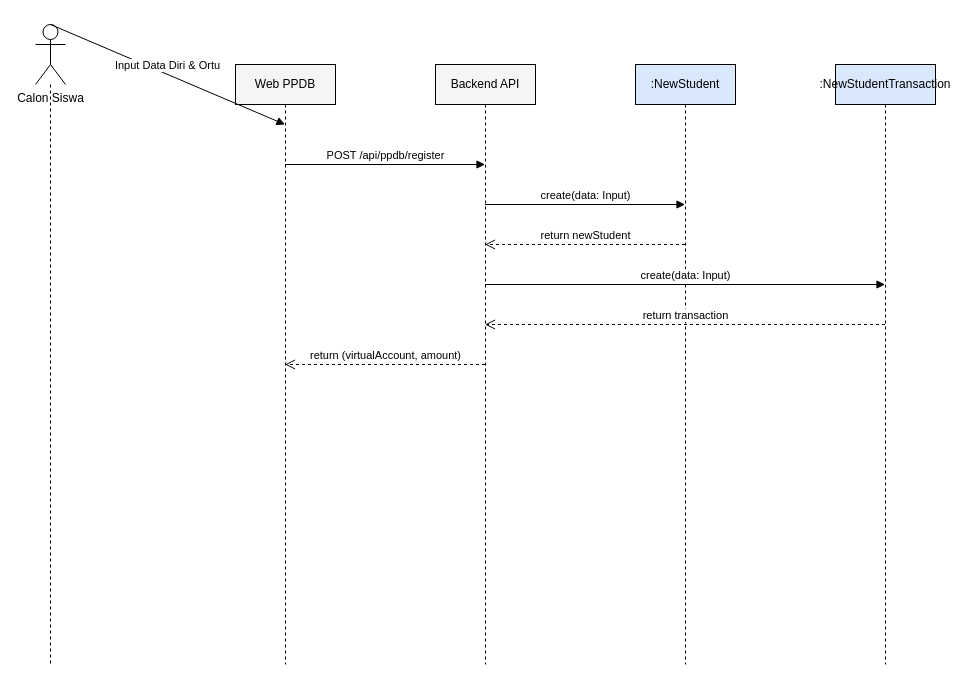
Before: docs/sequence_ppdb_registration.drawio in muhammaddzaki123/adminkassmpit, a draw.io diagram. Source tidied: cells renumbered, new cells numbered last; positions are measured from the earlier drawing's top-left corner, leaving out a move shared by most shapes. Both pictures are drawn from the tidied source at 100%, with x=0, y=0 at pixel (35, 24).
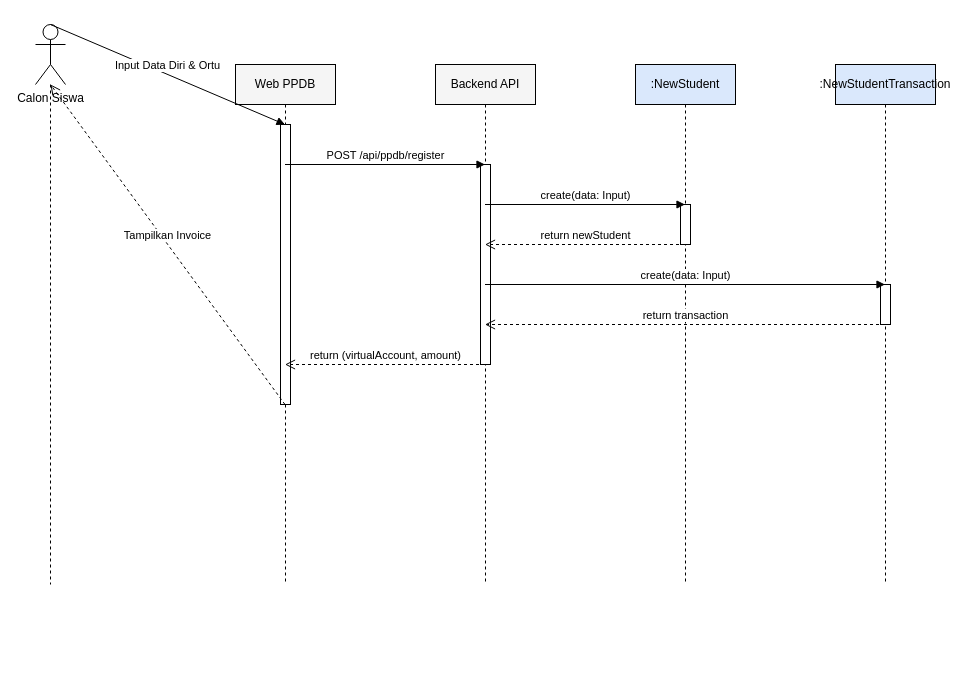
The same page after the edit.

The change refers to these unchanged cells:
```xml
<mxCell id="2" value="Calon Siswa" style="shape=umlActor;verticalLabelPosition=bottom;verticalAlign=top;html=1;outlineConnect=0;" parent="1" vertex="1">
  <mxGeometry width="30" height="60" as="geometry" />
</mxCell>
```

The edit, as a diff of the source:
```diff
@@
     <mxCell id="3" style="endArrow=none;dashed=1;html=1;" parent="1" edge="1" source="2">
       <mxGeometry relative="1" as="geometry">
-        <mxPoint x="15" y="640" as="targetPoint" />
+        <mxPoint x="15" y="560" as="targetPoint" />
       </mxGeometry>
     </mxCell>
     <mxCell id="4" value="Web PPDB" style="shape=umlLifeline;perimeter=lifelinePerimeter;whiteSpace=wrap;html=1;outlineConnect=0;fillColor=#f5f5f5;" parent="1" vertex="1">
-      <mxGeometry x="200" y="40" width="100" height="600" as="geometry" />
+      <mxGeometry x="200" y="40" width="100" height="520" as="geometry" />
     </mxCell>
     <mxCell id="5" value="Backend API" style="shape=umlLifeline;perimeter=lifelinePerimeter;whiteSpace=wrap;html=1;outlineConnect=0;fillColor=#f5f5f5;" parent="1" vertex="1">
-      <mxGeometry x="400" y="40" width="100" height="600" as="geometry" />
+      <mxGeometry x="400" y="40" width="100" height="520" as="geometry" />
     </mxCell>
     <mxCell id="6" value=":NewStudent" style="shape=umlLifeline;perimeter=lifelinePerimeter;whiteSpace=wrap;html=1;outlineConnect=0;fillColor=#dae8fc;" parent="1" vertex="1">
-      <mxGeometry x="600" y="40" width="100" height="600" as="geometry" />
+      <mxGeometry x="600" y="40" width="100" height="520" as="geometry" />
     </mxCell>
     <mxCell id="7" value=":NewStudentTransaction" style="shape=umlLifeline;perimeter=lifelinePerimeter;whiteSpace=wrap;html=1;outlineConnect=0;fillColor=#dae8fc;" parent="1" vertex="1">
-      <mxGeometry x="800" y="40" width="100" height="600" as="geometry" />
+      <mxGeometry x="800" y="40" width="100" height="520" as="geometry" />
     </mxCell>
-    <mxCell id="8" value="Input Data Diri &amp; Ortu" style="html=1;verticalAlign=bottom;endArrow=block;rounded=0;entryX=0.5;entryY=0.1;exitX=0.5;exitY=0.1;" parent="1" edge="1" source="2" target="4">
-      <mxGeometry relative="1" as="geometry" />
+    <mxCell id="8" style="html=1;perimeter=orthogonalPerimeter;fillColor=#FFFFFF;strokeColor=#000000;" parent="1" vertex="1">
+      <mxGeometry x="645" y="180" width="10" height="40" as="geometry" />
     </mxCell>
-    <mxCell id="9" value="POST /api/ppdb/register" style="html=1;verticalAlign=bottom;endArrow=block;rounded=0;entryX=0.5;entryY=0.16666666666666666;exitX=0.5;exitY=0.16666666666666666;" parent="1" edge="1" source="4" target="5">
-      <mxGeometry relative="1" as="geometry" />
+    <mxCell id="9" style="html=1;perimeter=orthogonalPerimeter;fillColor=#FFFFFF;strokeColor=#000000;" parent="1" vertex="1">
+      <mxGeometry x="845" y="260" width="10" height="40" as="geometry" />
     </mxCell>
-    <mxCell id="10" value="create(data: Input)" style="html=1;verticalAlign=bottom;endArrow=block;rounded=0;entryX=0.5;entryY=0.23333333333333334;exitX=0.5;exitY=0.23333333333333334;" parent="1" edge="1" source="5" target="6">
-      <mxGeometry relative="1" as="geometry" />
+    <mxCell id="10" style="html=1;perimeter=orthogonalPerimeter;fillColor=#FFFFFF;strokeColor=#000000;" parent="1" vertex="1">
+      <mxGeometry x="445" y="140" width="10" height="200" as="geometry" />
     </mxCell>
-    <mxCell id="11" value="return newStudent" style="html=1;verticalAlign=bottom;endArrow=open;dashed=1;endSize=8;rounded=0;entryX=0.5;entryY=0.3;exitX=0.5;exitY=0.3;" parent="1" edge="1" source="6" target="5">
-      <mxGeometry relative="1" as="geometry" />
+    <mxCell id="11" style="html=1;perimeter=orthogonalPerimeter;fillColor=#FFFFFF;strokeColor=#000000;" parent="1" vertex="1">
+      <mxGeometry x="245" y="100" width="10" height="280" as="geometry" />
     </mxCell>
-    <mxCell id="12" value="create(data: Input)" style="html=1;verticalAlign=bottom;endArrow=block;rounded=0;entryX=0.5;entryY=0.36666666666666664;exitX=0.5;exitY=0.36666666666666664;" parent="1" edge="1" source="5" target="7">
+    <mxCell id="12" value="Input Data Diri &amp; Ortu" style="html=1;verticalAlign=bottom;endArrow=block;rounded=0;entryX=0.5;entryY=0.11538461538461539;exitX=0.5;exitY=0.11538461538461539;" parent="1" edge="1" source="2" target="4">
       <mxGeometry relative="1" as="geometry" />
     </mxCell>
-    <mxCell id="13" value="return transaction" style="html=1;verticalAlign=bottom;endArrow=open;dashed=1;endSize=8;rounded=0;entryX=0.5;entryY=0.43333333333333335;exitX=0.5;exitY=0.43333333333333335;" parent="1" edge="1" source="7" target="5">
+    <mxCell id="13" value="POST /api/ppdb/register" style="html=1;verticalAlign=bottom;endArrow=block;rounded=0;entryX=0.5;entryY=0.19230769230769232;exitX=0.5;exitY=0.19230769230769232;" parent="1" edge="1" source="4" target="5">
       <mxGeometry relative="1" as="geometry" />
     </mxCell>
-    <mxCell id="14" value="return (virtualAccount, amount)" style="html=1;verticalAlign=bottom;endArrow=open;dashed=1;endSize=8;rounded=0;entryX=0.5;entryY=0.5;exitX=0.5;exitY=0.5;" parent="1" edge="1" source="5" target="4">
+    <mxCell id="14" value="create(data: Input)" style="html=1;verticalAlign=bottom;endArrow=block;rounded=0;entryX=0.5;entryY=0.2692307692307692;exitX=0.5;exitY=0.2692307692307692;" parent="1" edge="1" source="5" target="6">
       <mxGeometry relative="1" as="geometry" />
     </mxCell>
+    <mxCell id="15" value="return newStudent" style="html=1;verticalAlign=bottom;endArrow=open;dashed=1;endSize=8;rounded=0;entryX=0.5;entryY=0.34615384615384615;exitX=0.5;exitY=0.34615384615384615;" parent="1" edge="1" source="6" target="5">
+      <mxGeometry relative="1" as="geometry" />
+    </mxCell>
+    <mxCell id="16" value="create(data: Input)" style="html=1;verticalAlign=bottom;endArrow=block;rounded=0;entryX=0.5;entryY=0.4230769230769231;exitX=0.5;exitY=0.4230769230769231;" parent="1" edge="1" source="5" target="7">
+      <mxGeometry relative="1" as="geometry" />
+    </mxCell>
+    <mxCell id="17" value="return transaction" style="html=1;verticalAlign=bottom;endArrow=open;dashed=1;endSize=8;rounded=0;entryX=0.5;entryY=0.5;exitX=0.5;exitY=0.5;" parent="1" edge="1" source="7" target="5">
+      <mxGeometry relative="1" as="geometry" />
+    </mxCell>
+    <mxCell id="18" value="return (virtualAccount, amount)" style="html=1;verticalAlign=bottom;endArrow=open;dashed=1;endSize=8;rounded=0;entryX=0.5;entryY=0.5769230769230769;exitX=0.5;exitY=0.5769230769230769;" parent="1" edge="1" source="5" target="4">
+      <mxGeometry relative="1" as="geometry" />
+    </mxCell>
+    <mxCell id="19" value="Tampilkan Invoice" style="html=1;verticalAlign=bottom;endArrow=open;dashed=1;endSize=8;rounded=0;entryX=0.5;entryY=0.6538461538461539;exitX=0.5;exitY=0.6538461538461539;" parent="1" edge="1" source="4" target="2">
+      <mxGeometry relative="1" as="geometry" />
+    </mxCell>
```
